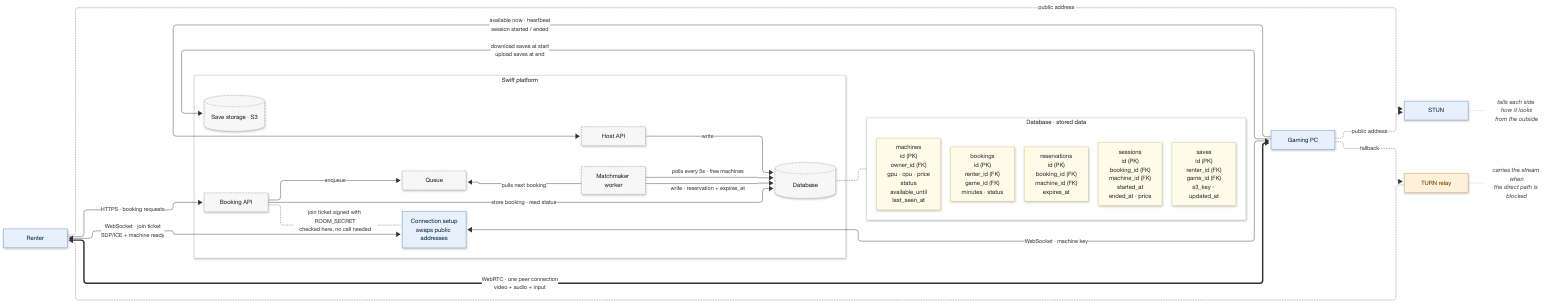
The Mermaid diagram docs/diagrams/system-architecture.png in tomnotthomas/distributed_gaming, before a commit. Its source is kept beside it as docs/diagrams/system-architecture.mmd.
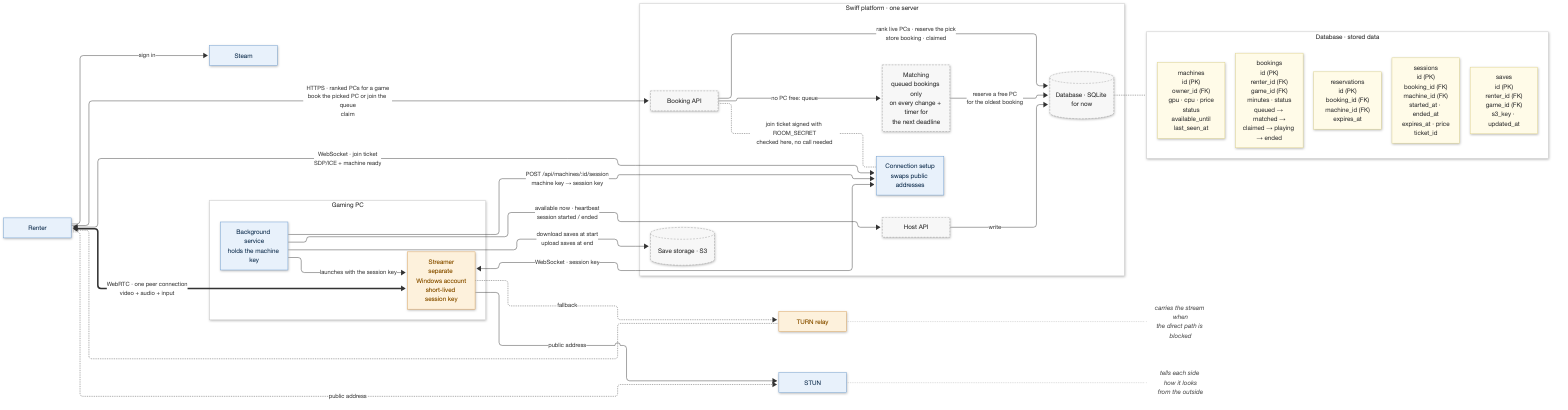
After the change.

Commit message:
docs(diagrams): bring the architecture diagrams up to date with main

Change to the diagram source:
```diff
@@ -18,7 +18,7 @@
 ---
 flowchart LR
   Renter["Renter"]
-  PC["Gaming PC"]
+  SteamID["Steam"]
   TURN["TURN relay"]
   STUN["STUN"]
   TURNnote["carries the stream when<br/>the direct path is blocked"]
@@ -26,12 +26,17 @@
   TURN -.- TURNnote
   STUN -.- STUNnote
 
-  subgraph Platform["Swiff platform"]
+  subgraph PC["Gaming PC"]
+    direction TB
+    SVC["Background service<br/>holds the machine key"]
+    STR["Streamer<br/>separate Windows account<br/>short-lived session key"]
+  end
+
+  subgraph Platform["Swiff platform · one server"]
     API["Booking API"]
     HAPI["Host API"]
-    Q["Queue"]
-    MM["Matchmaker worker"]
-    DB[("Database")]
+    MM["Matching<br/>queued bookings only<br/>on every change + timer for<br/>the next deadline"]
+    DB[("Database · SQLite for now")]
     S3[("Save storage · S3")]
     SIG["Connection setup<br/>swaps public addresses"]
   end
@@ -39,31 +44,31 @@
   subgraph Data["Database · stored data"]
     direction TB
     T1["machines<br/>id (PK)<br/>owner_id (FK)<br/>gpu · cpu · price<br/>status<br/>available_until<br/>last_seen_at"]
-    T2["bookings<br/>id (PK)<br/>renter_id (FK)<br/>game_id (FK)<br/>minutes · status"]
+    T2["bookings<br/>id (PK)<br/>renter_id (FK)<br/>game_id (FK)<br/>minutes · status<br/>queued → matched →<br/>claimed → playing → ended"]
     T3["reservations<br/>id (PK)<br/>booking_id (FK)<br/>machine_id (FK)<br/>expires_at"]
-    T4["sessions<br/>id (PK)<br/>booking_id (FK)<br/>machine_id (FK)<br/>started_at<br/>ended_at · price"]
+    T4["sessions<br/>id (PK)<br/>booking_id (FK)<br/>machine_id (FK)<br/>started_at · ended_at<br/>expires_at · price<br/>ticket_id"]
     T5["saves<br/>id (PK)<br/>renter_id (FK)<br/>game_id (FK)<br/>s3_key · updated_at"]
     T1 ~~~ T2 ~~~ T3 ~~~ T4 ~~~ T5
   end
 
 
-  Renter -- "HTTPS · booking requests" --> API
-  API -- "enqueue" --> Q
-  API -- "store booking · read status" --> DB
-  Q ~~~ MM
-  MM -- "pulls next booking" --> Q
-  MM -- "polls every 5s · free machines" --> DB
-  MM -- "write · reservation + expires_at" --> DB
+  Renter -- "sign in" --> SteamID
+  Renter -- "HTTPS · ranked PCs for a game<br/>book the picked PC or join the queue<br/>claim" --> API
+  API -- "rank live PCs · reserve the pick<br/>store booking · claimed" --> DB
+  API -- "no PC free: queue" --> MM
+  MM -- "reserve a free PC<br/>for the oldest booking" --> DB
   API -. "join ticket signed with ROOM_SECRET<br/>checked here, no call needed" .- SIG
   Renter <-- "WebSocket · join ticket<br/>SDP/ICE + machine ready" --> SIG
-  SIG <-- "WebSocket · machine key" --> PC
-  PC -- "available now · heartbeat<br/>session started / ended" --> HAPI
+  SVC -- "POST /api/machines/:id/session<br/>machine key → session key" --> SIG
+  SVC -- "launches with the session key" --> STR
+  STR <-- "WebSocket · session key" --> SIG
+  SVC -- "available now · heartbeat<br/>session started / ended" --> HAPI
   HAPI -- "write" --> DB
-  PC -- "download saves at start<br/>upload saves at end" --> S3
-  Renter <== "WebRTC · one peer connection<br/>video + audio + input" ==> PC
-  PC -. "fallback" .-> TURN
+  SVC -- "download saves at start<br/>upload saves at end" --> S3
+  Renter <== "WebRTC · one peer connection<br/>video + audio + input" ==> STR
+  STR -. "fallback" .-> TURN
   Renter <-.- TURN
-  PC -. "public address" .-> STUN
+  STR -. "public address" .-> STUN
   Renter -. "public address" .-> STUN
   DB -.- Data
 
@@ -72,11 +77,12 @@
   classDef turn fill:#fdf1dc,stroke:#e0a458,color:#8a5300
   classDef note fill:none,stroke:none,color:#666,font-style:italic
   classDef table fill:#fffbe8,stroke:#e0d58a,color:#333
-  class API,HAPI,Q,MM,DB,S3 platform
-  class Renter,PC,SIG,STUN endpoint
-  class TURN turn
+  class API,HAPI,MM,DB,S3 platform
+  class Renter,SVC,SIG,STUN,SteamID endpoint
+  class STR,TURN turn
   class T1,T2,T3,T4,T5 table
   class TURNnote,STUNnote note
   style Platform fill:#ffffff,stroke:#ccc,color:#444
+  style PC fill:#ffffff,stroke:#ccc,color:#444
   style Data fill:#ffffff,stroke:#ccc,color:#444
   linkStyle 0,1 stroke:#aaa,stroke-width:1px
```
